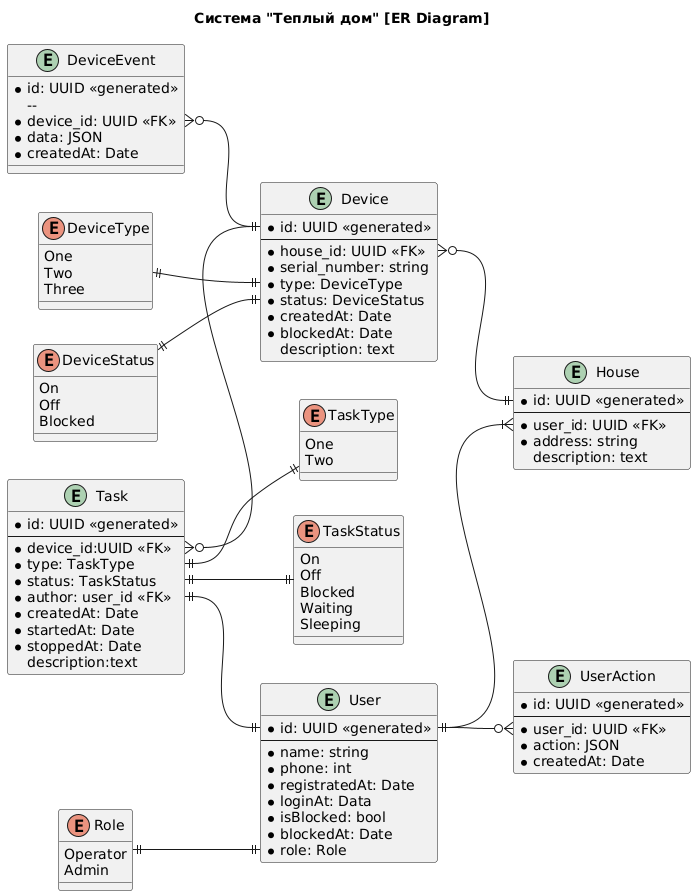
Before: docs/er_diagram.png, a diagram exported from PlantUML (user194583/architecture-sprint-3).
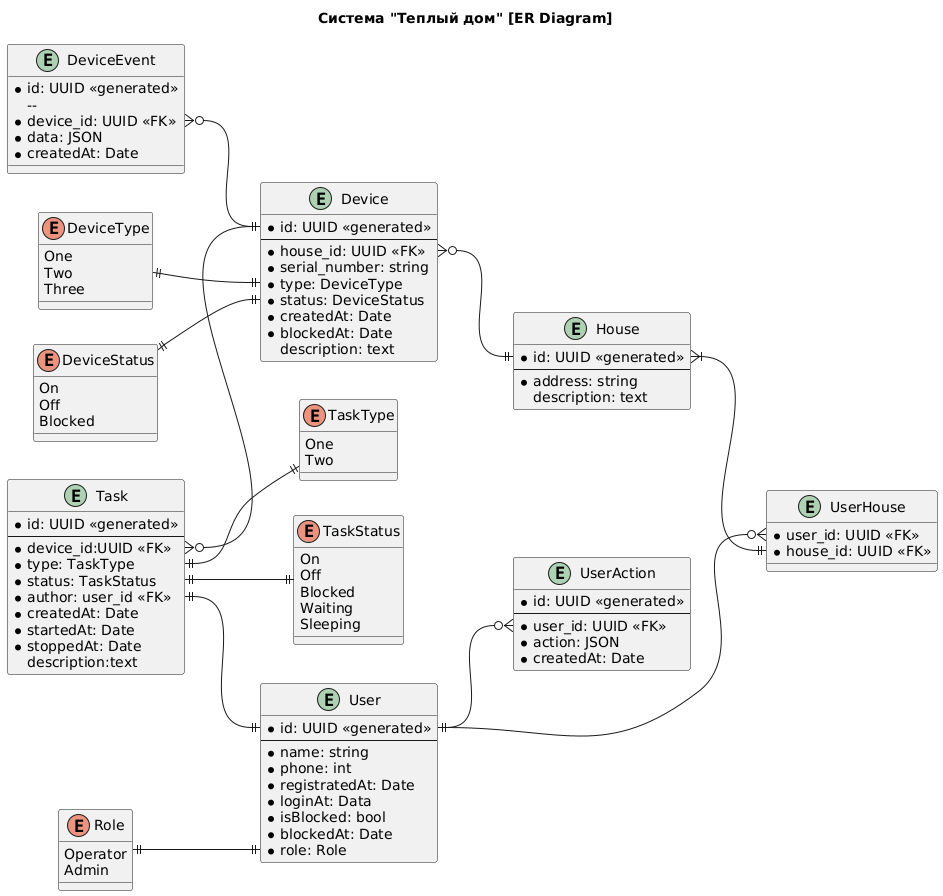
The same file after the commit.

Commit message:
Add to ER diagram  many-to-many for User-House relation

Change to the diagram source:
```diff
@@ -18,9 +18,13 @@
 entity House {
    * id: UUID <<generated>>
    --
-   * user_id: UUID <<FK>>
    * address: string
      description: text
+}
+
+entity UserHouse {
+    * user_id: UUID <<FK>>
+    * house_id: UUID <<FK>>
 }
 
 enum Role {
@@ -28,7 +32,8 @@
     Admin
 }
 
-User::id ||--|{ House::user_id
+User::id ||--o{ UserHouse::user_id
+House::id }|--|| UserHouse::house_id
 Role ||--|| User::role
 
 entity UserAction {
```
